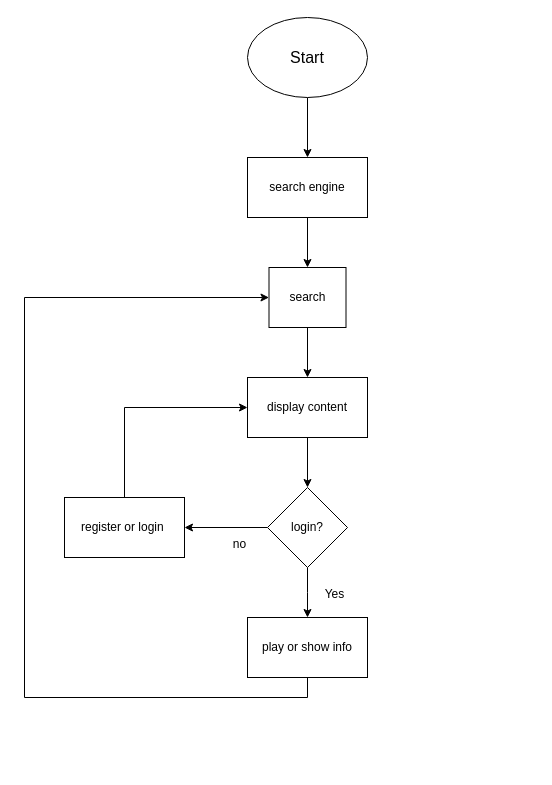
Earlier version of the draw.io diagram project_documentation/app.drawio (JaimeBotet/AssemblerFy_PHP). Source tidied: cells renumbered, new cells numbered last; positions are measured from the earlier drawing's top-left corner, leaving out a move shared by most shapes. Both pictures are drawn from the tidied source at 100%, with x=0, y=0 at pixel (24, 17).
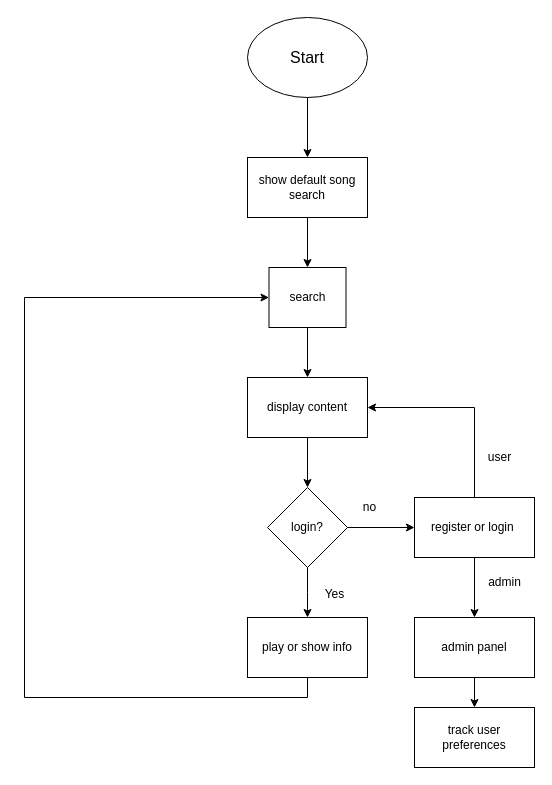
Above is the later version.

The change refers to these unchanged cells:
```xml
<mxCell id="8" value="login?" style="rhombus;whiteSpace=wrap;html=1;" parent="1" vertex="1">
  <mxGeometry x="243" y="470" width="80" height="80" as="geometry" />
</mxCell>
<mxCell id="16" value="display content" style="rounded=0;whiteSpace=wrap;html=1;" parent="1" vertex="1">
  <mxGeometry x="223" y="360" width="120" height="60" as="geometry" />
</mxCell>
```

Diff of the diagram source:
```diff
@@
-    <mxCell id="5" value="search engine" style="rounded=0;whiteSpace=wrap;html=1;" parent="1" vertex="1">
+    <mxCell id="5" value="show default song search" style="rounded=0;whiteSpace=wrap;html=1;" parent="1" vertex="1">
       <mxGeometry x="223" y="140" width="120" height="60" as="geometry" />
     </mxCell>
@@
-    <mxCell id="7" style="edgeStyle=orthogonalEdgeStyle;rounded=0;jettySize=auto;html=1;exitX=0;exitY=0.5;exitDx=0;exitDy=0;entryX=1;entryY=0.5;entryDx=0;entryDy=0;" parent="1" edge="1" source="8" target="14">
+    <mxCell id="7" style="edgeStyle=orthogonalEdgeStyle;rounded=0;jettySize=auto;html=1;exitX=1;exitY=0.5;exitDx=0;exitDy=0;entryX=0;entryY=0.5;entryDx=0;entryDy=0;" parent="1" edge="1" source="8" target="14">
       <mxGeometry relative="1" as="geometry" />
     </mxCell>
@@
     <mxCell id="12" value="no" style="text;html=1;align=center;verticalAlign=middle;" parent="1" vertex="1">
-      <mxGeometry x="200" y="517" width="30" height="20" as="geometry" />
+      <mxGeometry x="330" y="480" width="30" height="20" as="geometry" />
     </mxCell>
-    <mxCell id="13" style="edgeStyle=orthogonalEdgeStyle;rounded=0;jettySize=auto;html=1;exitX=0.5;exitY=0;exitDx=0;exitDy=0;entryX=0;entryY=0.5;entryDx=0;entryDy=0;" parent="1" edge="1" source="14" target="16">
+    <mxCell id="13" style="edgeStyle=orthogonalEdgeStyle;rounded=0;jettySize=auto;html=1;exitX=0.5;exitY=0;exitDx=0;exitDy=0;entryX=1;entryY=0.5;entryDx=0;entryDy=0;" parent="1" edge="1" source="14" target="16">
       <mxGeometry relative="1" as="geometry" />
     </mxCell>
+    <mxCell id="19" style="edgeStyle=orthogonalEdgeStyle;rounded=0;jettySize=auto;html=1;exitX=0.5;exitY=1;exitDx=0;exitDy=0;" parent="1" edge="1" source="14" target="23">
+      <mxGeometry relative="1" as="geometry" />
+    </mxCell>
     <mxCell id="14" value="register or login&amp;nbsp;" style="rounded=0;whiteSpace=wrap;html=1;" parent="1" vertex="1">
-      <mxGeometry x="40" y="480" width="120" height="60" as="geometry" />
+      <mxGeometry x="390" y="480" width="120" height="60" as="geometry" />
     </mxCell>
@@
+    <mxCell id="20" value="user" style="text;html=1;align=center;verticalAlign=middle;" parent="1" vertex="1">
+      <mxGeometry x="455" y="430" width="40" height="20" as="geometry" />
+    </mxCell>
+    <mxCell id="21" value="admin" style="text;html=1;align=center;verticalAlign=middle;" parent="1" vertex="1">
+      <mxGeometry x="455" y="555" width="50" height="20" as="geometry" />
+    </mxCell>
+    <mxCell id="22" style="edgeStyle=orthogonalEdgeStyle;rounded=0;jettySize=auto;html=1;entryX=0.5;entryY=0;entryDx=0;entryDy=0;" parent="1" edge="1" source="23" target="24">
+      <mxGeometry relative="1" as="geometry" />
+    </mxCell>
+    <mxCell id="23" value="admin panel" style="rounded=0;whiteSpace=wrap;html=1;" parent="1" vertex="1">
+      <mxGeometry x="390" y="600" width="120" height="60" as="geometry" />
+    </mxCell>
+    <mxCell id="24" value="track user preferences" style="rounded=0;whiteSpace=wrap;html=1;" parent="1" vertex="1">
+      <mxGeometry x="390" y="690" width="120" height="60" as="geometry" />
+    </mxCell>
```
